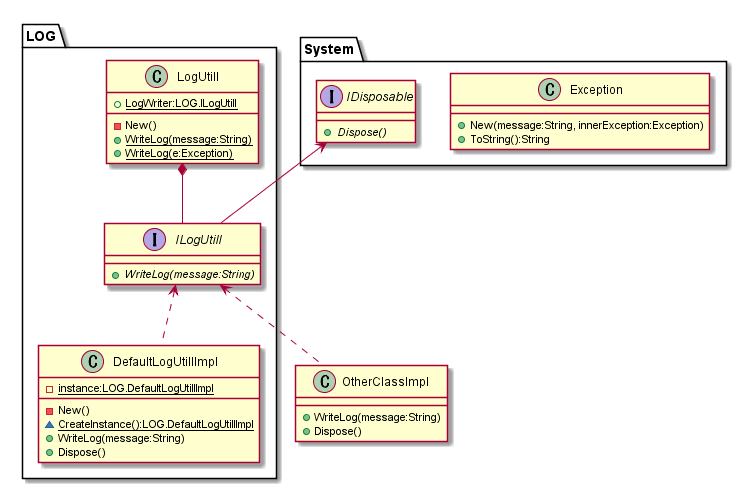
Before: doc/ClassDiagram/LogUtill.png, a diagram exported from PlantUML (hirorich/CommonTool).
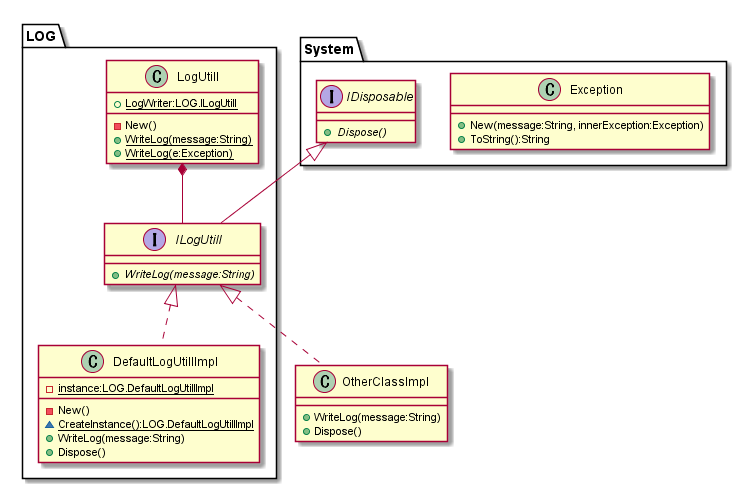
After the change.

The edit, as a diff of the source:
```diff
@@ -12,7 +12,7 @@
 interface LOG.ILogUtill {
   + {abstract} WriteLog(message:String)
 }
-System.IDisposable <-- LOG.ILogUtill
+System.IDisposable <|-- LOG.ILogUtill
 
 class LOG.LogUtill {
   + {static} LogWriter:LOG.ILogUtill
@@ -31,12 +31,12 @@
   + WriteLog(message:String)
   + Dispose()
 }
-LOG.ILogUtill <.. LOG.DefaultLogUtillImpl
+LOG.ILogUtill <|.. LOG.DefaultLogUtillImpl
 
 class OtherClassImpl {
   + WriteLog(message:String)
   + Dispose()
 }
-LOG.ILogUtill <.. OtherClassImpl
+LOG.ILogUtill <|.. OtherClassImpl
 
 @enduml
```
